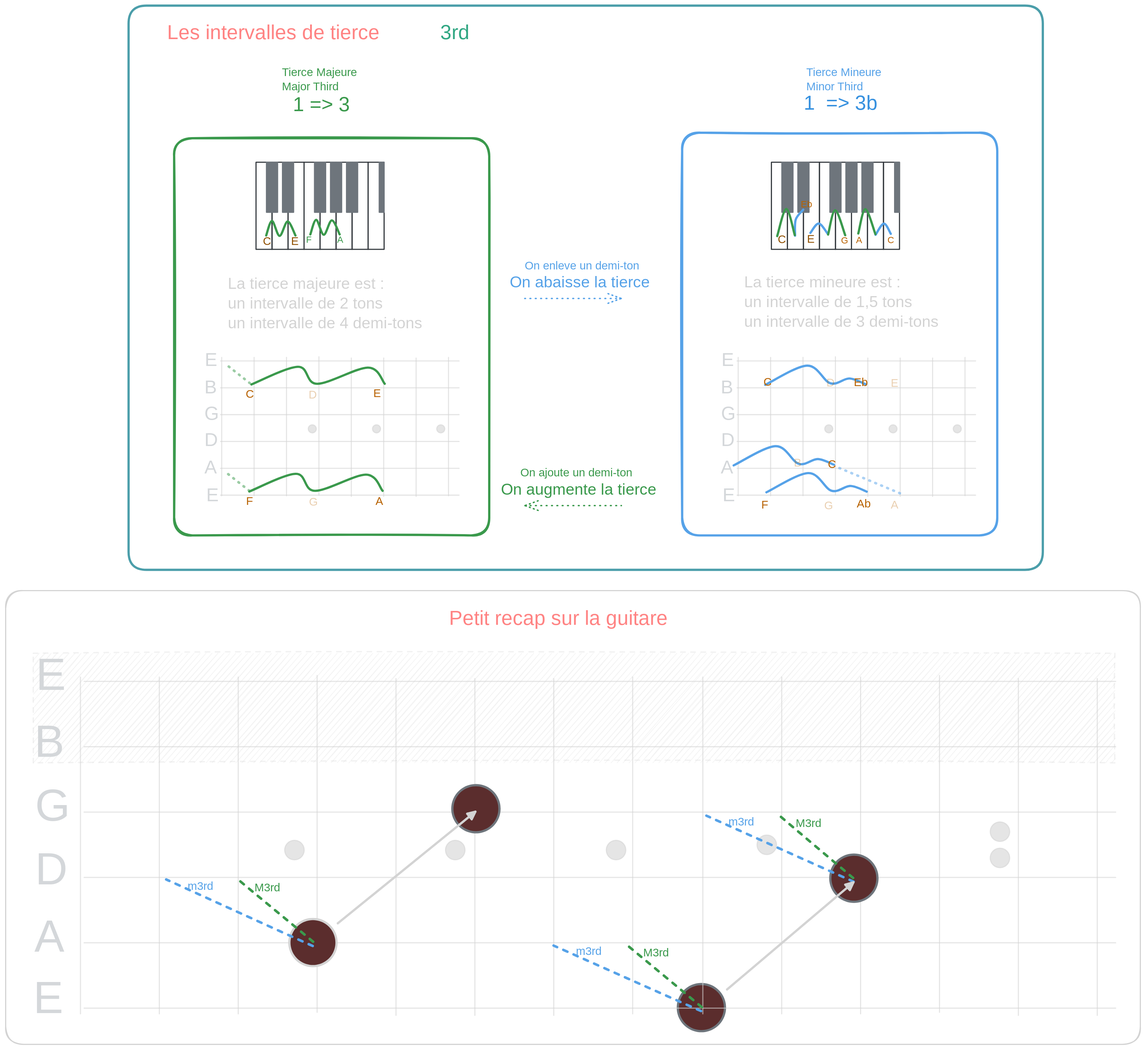
Before: part1/intervals/3.third/3rd.excalidraw.svg, a diagram exported from Excalidraw (Sydekends/Guitarisation). Source tidied: one line per element, renumbered; positions are measured from the earlier drawing's top-left corner, leaving out a move shared by most shapes.
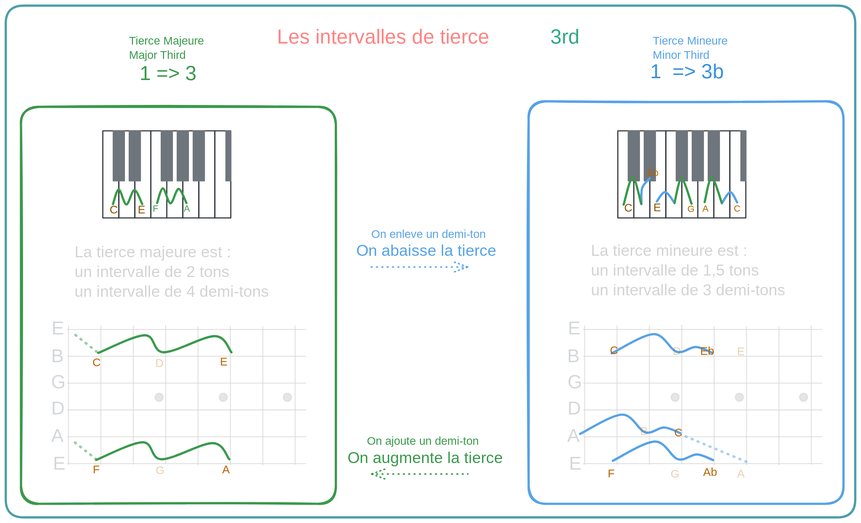
The same file after the commit.

The edit, as a diff of the source:
```diff
@@ -1,5 +1,5 @@
-{"id": 0, "type": "text", "text": "Les intervalles de tierce", "strokeColor": "#e03131", "strokeWidth": 2, "strokeStyle": "dotted", "roughness": 0, "fontSize": 36, "fontFamily": 5, "x": 287, "y": 28, "width": 418, "height": 45}
+{"id": 0, "type": "text", "text": "Les intervalles de tierce", "strokeColor": "#e03131", "strokeWidth": 2, "strokeStyle": "dotted", "roughness": 0, "fontSize": 36, "fontFamily": 5, "x": 756, "y": 91, "width": 418, "height": 45}
-{"id": 1, "type": "text", "text": "3rd", "strokeColor": "#099268", "strokeWidth": 4, "strokeStyle": "dashed", "roughness": 0, "fontSize": 36, "fontFamily": 5, "x": 773, "y": 28, "width": 58, "height": 45}
+{"id": 1, "type": "text", "text": "3rd", "strokeColor": "#099268", "strokeWidth": 4, "strokeStyle": "dashed", "roughness": 0, "fontSize": 36, "fontFamily": 5, "x": 1242, "y": 91, "width": 58, "height": 45}
 {"id": 2, "type": "rectangle", "strokeColor": "#2f9e44", "strokeWidth": 4, "roughness": 1, "round": true, "x": 300, "y": 236, "width": 561, "height": 707}
 {"id": 3, "type": "text", "text": "La tierce majeure est :\nun intervalle de 2 tons\nun intervalle de 4 demi-tons", "strokeColor": "#1e1e1e", "strokeWidth": 2, "strokeStyle": "dotted", "roughness": 0, "fontSize": 28, "fontFamily": 5, "x": 395, "y": 479, "width": 376, "height": 105}
 {"id": 4, "type": "rectangle", "strokeColor": "#ced4da", "strokeWidth": 2, "roughness": 0, "x": 445, "y": 279, "width": 28, "height": 155}
@@ -59,60 +59,7 @@
 {"id": 58, "type": "text", "text": "G", "strokeColor": "#f08c00", "strokeWidth": 4, "roughness": 0, "opacity": 30, "fontSize": 20, "fontFamily": 5, "x": 540, "y": 872, "width": 16, "height": 25}
 {"id": 59, "type": "line", "strokeColor": "#2f9e44", "strokeWidth": 4, "strokeStyle": "dotted", "roughness": 0, "opacity": 50, "round": true, "x": 433, "y": 863, "width": 45, "height": 35, "points": [[0, 0], [-45, -35]]}
 {"id": 60, "type": "line", "strokeColor": "#2f9e44", "strokeWidth": 4, "strokeStyle": "dotted", "roughness": 0, "opacity": 50, "round": true, "x": 434, "y": 672, "width": 45, "height": 35, "points": [[0, 0], [-45, -35]]}
-{"id": 61, "type": "rectangle", "strokeColor": "#228390", "strokeWidth": 4, "roughness": 0, "round": true, "x": 219, "y": 0, "width": 1627, "height": 1004}
+{"id": 61, "type": "rectangle", "strokeColor": "#228390", "strokeWidth": 4, "roughness": 0, "round": true, "x": 273, "y": 56, "width": 1513, "height": 911}
-{"id": 62, "type": "ellipse", "strokeColor": "#868e96", "backgroundColor": "#ffc9c9", "fillStyle": "solid", "strokeWidth": 4, "roughness": 0, "round": true, "x": 1196, "y": 1741, "width": 84, "height": 84}
-{"id": 63, "type": "text", "text": "A", "strokeColor": "#343a40", "strokeWidth": 2, "roughness": 0, "opacity": 60, "fontSize": 80.21, "fontFamily": 5, "x": 51, "y": 1613, "width": 54, "height": 100}
-{"id": 64, "type": "text", "text": "D", "strokeColor": "#343a40", "strokeWidth": 2, "roughness": 0, "opacity": 60, "fontSize": 80.21, "fontFamily": 5, "x": 52, "y": 1493, "width": 63, "height": 100}
-{"id": 65, "type": "text", "text": "G", "strokeColor": "#343a40", "strokeWidth": 2, "roughness": 0, "opacity": 60, "fontSize": 80.21, "fontFamily": 5, "x": 52, "y": 1380, "width": 63, "height": 100}
-{"id": 66, "type": "text", "text": "B", "strokeColor": "#343a40", "strokeWidth": 2, "roughness": 0, "opacity": 60, "fontSize": 80.21, "fontFamily": 5, "x": 51, "y": 1266, "width": 61, "height": 100}
-{"id": 67, "type": "text", "text": "E", "strokeColor": "#343a40", "strokeWidth": 2, "roughness": 0, "opacity": 60, "fontSize": 80.21, "fontFamily": 5, "x": 53, "y": 1147, "width": 57, "height": 100}
-{"id": 68, "type": "line", "strokeColor": "#1e1e1e", "strokeWidth": 2, "roughness": 0, "opacity": 60, "round": true, "x": 140, "y": 1203, "width": 1835, "height": 0, "points": [[0, 0], [1835, 0]]}
-{"id": 69, "type": "line", "strokeColor": "#1e1e1e", "strokeWidth": 2, "roughness": 0, "opacity": 60, "round": true, "x": 140, "y": 1668, "width": 1835, "height": 0, "points": [[0, 0], [1835, 0]]}
-{"id": 70, "type": "line", "strokeColor": "#1e1e1e", "strokeWidth": 2, "roughness": 0, "opacity": 60, "round": true, "x": 140, "y": 1435, "width": 1835, "height": 0, "points": [[0, 0], [1835, 0]]}
-{"id": 71, "type": "line", "strokeColor": "#1e1e1e", "strokeWidth": 2, "roughness": 0, "opacity": 60, "round": true, "x": 140, "y": 1784, "width": 1835, "height": 0, "points": [[0, 0], [1835, 0]]}
-{"id": 72, "type": "line", "strokeColor": "#1e1e1e", "strokeWidth": 2, "roughness": 0, "opacity": 60, "round": true, "x": 140, "y": 1552, "width": 1835, "height": 0, "points": [[0, 0], [1835, 0]]}
-{"id": 73, "type": "line", "strokeColor": "#1e1e1e", "strokeWidth": 2, "roughness": 0, "opacity": 60, "round": true, "x": 140, "y": 1319, "width": 1835, "height": 0, "points": [[0, 0], [1835, 0]]}
-{"id": 74, "type": "line", "strokeColor": "#1e1e1e", "strokeWidth": 2, "roughness": 0, "opacity": 60, "round": true, "x": 133, "y": 1195, "width": 0, "height": 599, "points": [[0, 0], [0, 599]]}
-{"id": 75, "type": "line", "strokeColor": "#1e1e1e", "strokeWidth": 2, "roughness": 0, "opacity": 60, "round": true, "x": 273, "y": 1195, "width": 0, "height": 599, "points": [[0, 0], [0, 599]]}
-{"id": 76, "type": "line", "strokeColor": "#1e1e1e", "strokeWidth": 2, "roughness": 0, "opacity": 60, "round": true, "x": 414, "y": 1195, "width": 0, "height": 599, "points": [[0, 0], [0, 599]]}
-{"id": 77, "type": "line", "strokeColor": "#1e1e1e", "strokeWidth": 2, "roughness": 0, "opacity": 60, "round": true, "x": 554, "y": 1192, "width": 0, "height": 599, "points": [[0, 0], [0, 599]]}
-{"id": 78, "type": "line", "strokeColor": "#1e1e1e", "strokeWidth": 2, "roughness": 0, "opacity": 60, "round": true, "x": 694, "y": 1198, "width": 0, "height": 599, "points": [[0, 0], [0, 599]]}
-{"id": 79, "type": "line", "strokeColor": "#1e1e1e", "strokeWidth": 2, "roughness": 0, "opacity": 60, "round": true, "x": 835, "y": 1198, "width": 0, "height": 599, "points": [[0, 0], [0, 599]]}
-{"id": 80, "type": "line", "strokeColor": "#1e1e1e", "strokeWidth": 2, "roughness": 0, "opacity": 60, "round": true, "x": 975, "y": 1198, "width": 0, "height": 599, "points": [[0, 0], [0, 599]]}
-{"id": 81, "type": "line", "strokeColor": "#1e1e1e", "strokeWidth": 2, "roughness": 0, "opacity": 60, "round": true, "x": 1116, "y": 1195, "width": 0, "height": 599, "points": [[0, 0], [0, 599]]}
-{"id": 82, "type": "line", "strokeColor": "#1e1e1e", "strokeWidth": 2, "roughness": 0, "opacity": 60, "round": true, "x": 1240, "y": 1195, "width": 0, "height": 599, "points": [[0, 0], [0, 599]]}
-{"id": 83, "type": "line", "strokeColor": "#1e1e1e", "strokeWidth": 2, "roughness": 0, "opacity": 60, "round": true, "x": 1381, "y": 1195, "width": 0, "height": 599, "points": [[0, 0], [0, 599]]}
-{"id": 84, "type": "line", "strokeColor": "#1e1e1e", "strokeWidth": 2, "roughness": 0, "opacity": 60, "round": true, "x": 1521, "y": 1195, "width": 0, "height": 599, "points": [[0, 0], [0, 599]]}
-{"id": 85, "type": "line", "strokeColor": "#1e1e1e", "strokeWidth": 2, "roughness": 0, "opacity": 60, "round": true, "x": 1662, "y": 1192, "width": 0, "height": 599, "points": [[0, 0], [0, 599]]}
-{"id": 86, "type": "line", "strokeColor": "#1e1e1e", "strokeWidth": 2, "roughness": 0, "opacity": 60, "round": true, "x": 1802, "y": 1198, "width": 0, "height": 599, "points": [[0, 0], [0, 599]]}
-{"id": 87, "type": "line", "strokeColor": "#1e1e1e", "strokeWidth": 2, "roughness": 0, "opacity": 60, "round": true, "x": 1942, "y": 1198, "width": 0, "height": 599, "points": [[0, 0], [0, 599]]}
-{"id": 88, "type": "ellipse", "strokeColor": "#1e1e1e", "backgroundColor": "#1e1e1e", "fillStyle": "solid", "strokeWidth": 2, "roughness": 0, "opacity": 60, "round": true, "x": 497, "y": 1485, "width": 35, "height": 35}
-{"id": 89, "type": "ellipse", "strokeColor": "#1e1e1e", "backgroundColor": "#1e1e1e", "fillStyle": "solid", "strokeWidth": 2, "roughness": 0, "opacity": 60, "round": true, "x": 783, "y": 1485, "width": 35, "height": 35}
-{"id": 90, "type": "ellipse", "strokeColor": "#1e1e1e", "backgroundColor": "#1e1e1e", "fillStyle": "solid", "strokeWidth": 2, "roughness": 0, "opacity": 60, "round": true, "x": 1069, "y": 1485, "width": 35, "height": 35}
-{"id": 91, "type": "ellipse", "strokeColor": "#1e1e1e", "backgroundColor": "#1e1e1e", "fillStyle": "solid", "strokeWidth": 2, "roughness": 0, "opacity": 60, "round": true, "x": 1337, "y": 1476, "width": 35, "height": 35}
-{"id": 92, "type": "ellipse", "strokeColor": "#1e1e1e", "backgroundColor": "#1e1e1e", "fillStyle": "solid", "strokeWidth": 2, "roughness": 0, "opacity": 60, "round": true, "x": 1752, "y": 1453, "width": 35, "height": 35}
-{"id": 93, "type": "ellipse", "strokeColor": "#1e1e1e", "backgroundColor": "#1e1e1e", "fillStyle": "solid", "strokeWidth": 2, "roughness": 0, "opacity": 60, "round": true, "x": 1752, "y": 1499, "width": 35, "height": 35}
-{"id": 94, "type": "rectangle", "strokeColor": "#1e1e1e", "backgroundColor": "#1e1e1e", "fillStyle": "hachure", "strokeWidth": 2, "strokeStyle": "dashed", "roughness": 1, "opacity": 30, "x": 49, "y": 1153, "width": 1924, "height": 195}
-{"id": 95, "type": "text", "text": "E", "strokeColor": "#343a40", "strokeWidth": 2, "roughness": 0, "opacity": 60, "fontSize": 80.21, "fontFamily": 5, "x": 49, "y": 1722, "width": 57, "height": 100}
-{"id": 96, "type": "line", "strokeColor": "#2f9e44", "strokeWidth": 4, "strokeStyle": "dashed", "roughness": 1, "round": true, "x": 1237, "y": 1783, "width": 135, "height": 115, "points": [[0, 0], [-135, -115]]}
-{"id": 97, "type": "line", "strokeColor": "#1971c2", "strokeWidth": 4, "strokeStyle": "dashed", "roughness": 1, "round": true, "x": 1237, "y": 1788, "width": 262, "height": 116, "points": [[0, 0], [-262, -116]]}
-{"id": 98, "type": "text", "text": "m3rd", "strokeColor": "#1971c2", "backgroundColor": "#c2255c", "fillStyle": "solid", "strokeWidth": 4, "roughness": 0, "fontSize": 20, "fontFamily": 5, "x": 1015, "y": 1672, "width": 46, "height": 25}
-{"id": 99, "type": "text", "text": "M3rd", "strokeColor": "#2f9e44", "backgroundColor": "#c2255c", "fillStyle": "solid", "strokeWidth": 4, "roughness": 0, "fontSize": 20, "fontFamily": 5, "x": 1134, "y": 1674, "width": 48, "height": 25}
-{"id": 100, "type": "ellipse", "strokeColor": "#868e96", "backgroundColor": "#ffc9c9", "fillStyle": "solid", "strokeWidth": 4, "roughness": 0, "round": true, "x": 1467, "y": 1511, "width": 84, "height": 84}
-{"id": 101, "type": "line", "strokeColor": "#2f9e44", "strokeWidth": 4, "strokeStyle": "dashed", "roughness": 1, "round": true, "x": 1509, "y": 1552, "width": 135, "height": 115, "points": [[0, 0], [-135, -115]]}
-{"id": 102, "type": "line", "strokeColor": "#1971c2", "strokeWidth": 4, "strokeStyle": "dashed", "roughness": 1, "round": true, "x": 1509, "y": 1558, "width": 262, "height": 116, "points": [[0, 0], [-262, -116]]}
-{"id": 103, "type": "text", "text": "m3rd", "strokeColor": "#1971c2", "backgroundColor": "#c2255c", "fillStyle": "solid", "strokeWidth": 4, "roughness": 0, "fontSize": 20, "fontFamily": 5, "x": 1286, "y": 1441, "width": 46, "height": 25}
-{"id": 104, "type": "text", "text": "M3rd", "strokeColor": "#2f9e44", "backgroundColor": "#c2255c", "fillStyle": "solid", "strokeWidth": 4, "roughness": 0, "fontSize": 20, "fontFamily": 5, "x": 1405, "y": 1444, "width": 48, "height": 25}
-{"id": 105, "type": "ellipse", "strokeColor": "#1e1e1e", "backgroundColor": "#ffc9c9", "fillStyle": "solid", "strokeWidth": 4, "roughness": 0, "round": true, "x": 505, "y": 1625, "width": 84, "height": 84}
-{"id": 106, "type": "line", "strokeColor": "#2f9e44", "strokeWidth": 4, "strokeStyle": "dashed", "roughness": 1, "round": true, "x": 546, "y": 1667, "width": 135, "height": 115, "points": [[0, 0], [-135, -115]]}
-{"id": 107, "type": "line", "strokeColor": "#1971c2", "strokeWidth": 4, "strokeStyle": "dashed", "roughness": 1, "round": true, "x": 546, "y": 1672, "width": 262, "height": 116, "points": [[0, 0], [-262, -116]]}
-{"id": 108, "type": "text", "text": "m3rd", "strokeColor": "#1971c2", "backgroundColor": "#c2255c", "fillStyle": "solid", "strokeWidth": 4, "roughness": 0, "fontSize": 20, "fontFamily": 5, "x": 324, "y": 1556, "width": 46, "height": 25}
-{"id": 109, "type": "text", "text": "M3rd", "strokeColor": "#2f9e44", "backgroundColor": "#c2255c", "fillStyle": "solid", "strokeWidth": 4, "roughness": 0, "fontSize": 20, "fontFamily": 5, "x": 443, "y": 1559, "width": 48, "height": 25}
-{"id": 110, "type": "ellipse", "strokeColor": "#868e96", "backgroundColor": "#ffc9c9", "fillStyle": "solid", "strokeWidth": 4, "roughness": 0, "round": true, "x": 795, "y": 1387, "width": 84, "height": 84}
-{"id": 111, "type": "rectangle", "strokeColor": "#1e1e1e", "strokeWidth": 2, "roughness": 1, "round": true, "x": 0, "y": 1041, "width": 2019, "height": 807}
-{"id": 112, "type": "text", "text": "Petit recap sur la guitare", "strokeColor": "#e03131", "strokeWidth": 2, "roughness": 1, "fontSize": 36, "fontFamily": 5, "x": 789, "y": 1070, "width": 447, "height": 45}
-{"id": 113, "type": "arrow", "strokeColor": "#1e1e1e", "strokeWidth": 4, "roughness": 0, "endArrowhead": "triangle", "x": 591, "y": 1633, "width": 245, "height": 199, "points": [[0, 0], [245, -199]]}
-{"id": 114, "type": "arrow", "strokeColor": "#1e1e1e", "strokeWidth": 4, "roughness": 0, "endArrowhead": "triangle", "x": 1284, "y": 1751, "width": 225, "height": 191, "points": [[0, 0], [225, -191]]}
 {"id": 115, "type": "text", "text": "La tierce mineure est :\nun intervalle de 1,5 tons\nun intervalle de 3 demi-tons", "strokeColor": "#1e1e1e", "strokeWidth": 2, "strokeStyle": "dotted", "roughness": 0, "fontSize": 28, "fontFamily": 5, "x": 1314, "y": 477, "width": 376, "height": 105}
 {"id": 116, "type": "line", "strokeColor": "#1e1e1e", "strokeWidth": 2, "roughness": 0, "opacity": 60, "round": true, "x": 1301, "y": 632, "width": 424, "height": 0, "points": [[0, 0], [424, 0]]}
 {"id": 117, "type": "line", "strokeColor": "#1e1e1e", "strokeWidth": 2, "roughness": 0, "opacity": 60, "round": true, "x": 1301, "y": 823, "width": 424, "height": 0, "points": [[0, 0], [424, 0]]}
```
